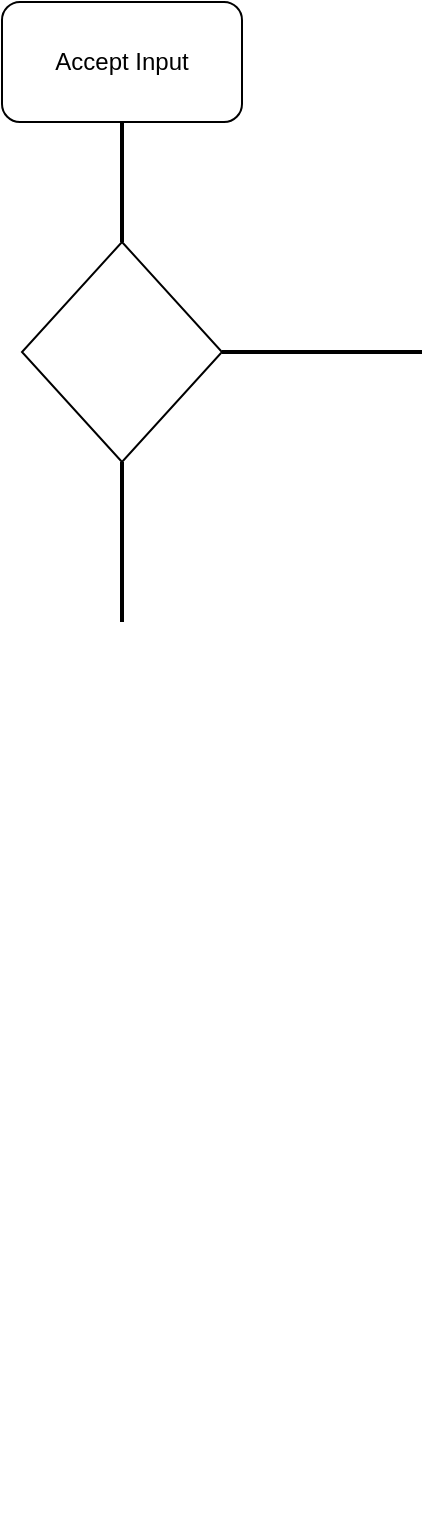
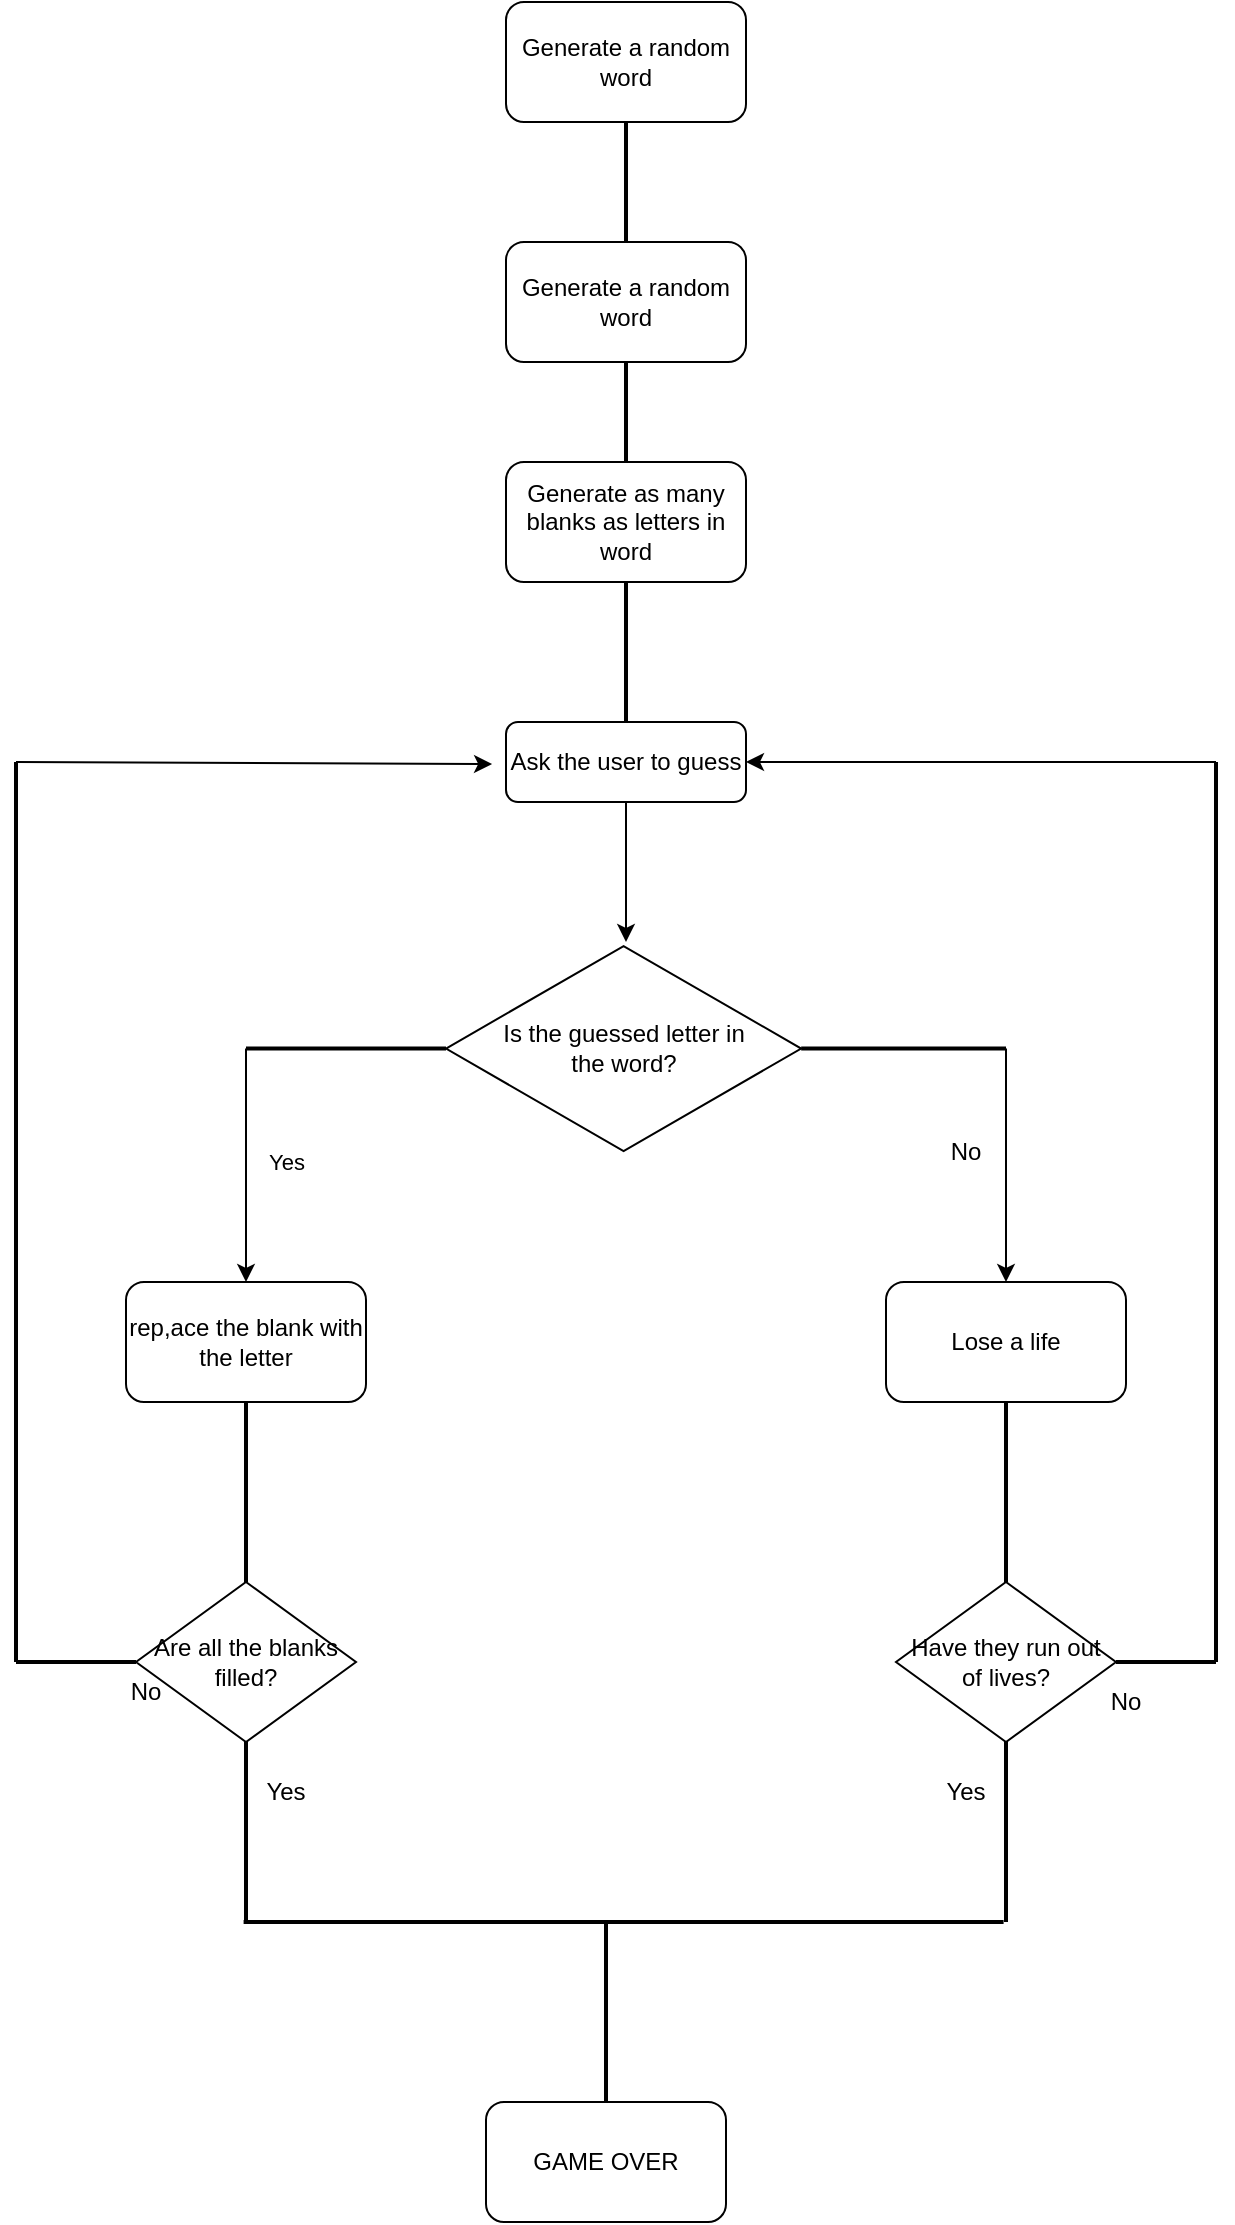
<mxfile host="app.diagrams.net">
  <diagram name="Page-1" id="0Kr79hka-IMYGIkqtWSZ">
    <mxGraphModel dx="3895" dy="1992" grid="1" gridSize="10" guides="1" tooltips="1" connect="1" arrows="1" fold="1" page="1" pageScale="1" pageWidth="827" pageHeight="1169" math="0" shadow="0">
      <root>
        <mxCell id="0" />
        <mxCell id="1" parent="0" />
        <mxCell id="Br23lyZsWJE5enX-GMQQ-7" edge="1" parent="1" style="edgeStyle=orthogonalEdgeStyle;rounded=0;orthogonalLoop=1;jettySize=auto;html=1;exitX=0.25;exitY=0.5;exitDx=0;exitDy=0;exitPerimeter=0;entryX=0.25;entryY=0.5;entryDx=0;entryDy=0;entryPerimeter=0;">
          <mxGeometry relative="1" as="geometry">
            <Array as="points" />
            <mxPoint x="-2120" y="-325" as="sourcePoint" />
            <mxPoint x="-2120" y="-325" as="targetPoint" />
          </mxGeometry>
        </mxCell>
-         <mxCell id="Gn1EY1gzafWoRK0BDAvD-1" parent="1" style="rounded=1;whiteSpace=wrap;html=1;" value="Accept Input" vertex="1">
+         <mxCell id="Gn1EY1gzafWoRK0BDAvD-1" parent="1" style="rounded=1;whiteSpace=wrap;html=1;" value="Generate a random word" vertex="1">
          <mxGeometry height="60" width="120" x="-2170" y="-1080" as="geometry" />
        </mxCell>
        <mxCell id="Gn1EY1gzafWoRK0BDAvD-2" parent="1" style="line;strokeWidth=2;direction=south;html=1;" value="" vertex="1">
          <mxGeometry height="60" width="10" x="-2115" y="-1020" as="geometry" />
        </mxCell>
-         <mxCell id="Gn1EY1gzafWoRK0BDAvD-3" parent="1" style="rhombus;whiteSpace=wrap;html=1;" value="" vertex="1">
-           <mxGeometry height="110" width="100" x="-2160" y="-960" as="geometry" />
+         <mxCell id="Gn1EY1gzafWoRK0BDAvD-4" parent="1" style="line;strokeWidth=2;direction=south;html=1;" value="" vertex="1">
+           <mxGeometry height="50" width="10" x="-2115" y="-900" as="geometry" />
        </mxCell>
-         <mxCell id="Gn1EY1gzafWoRK0BDAvD-4" parent="1" style="line;strokeWidth=2;direction=south;html=1;" value="" vertex="1">
-           <mxGeometry height="80" width="10" x="-2115" y="-850" as="geometry" />
+         <mxCell id="Gn1EY1gzafWoRK0BDAvD-6" parent="1" style="rounded=1;whiteSpace=wrap;html=1;" value="Generate a random word" vertex="1">
+           <mxGeometry height="60" width="120" x="-2170" y="-960" as="geometry" />
        </mxCell>
-         <mxCell id="Gn1EY1gzafWoRK0BDAvD-5" parent="1" style="line;strokeWidth=2;html=1;" value="" vertex="1">
-           <mxGeometry height="10" width="100" x="-2060" y="-910" as="geometry" />
+         <mxCell id="Gn1EY1gzafWoRK0BDAvD-7" parent="1" style="rounded=1;whiteSpace=wrap;html=1;" value="Generate as many blanks as letters in word" vertex="1">
+           <mxGeometry height="60" width="120" x="-2170" y="-850" as="geometry" />
+         </mxCell>
+         <mxCell id="Gn1EY1gzafWoRK0BDAvD-8" parent="1" style="line;strokeWidth=2;direction=south;html=1;" value="" vertex="1">
+           <mxGeometry height="70" width="10" x="-2115" y="-790" as="geometry" />
+         </mxCell>
+         <mxCell id="Gn1EY1gzafWoRK0BDAvD-9" parent="1" style="rounded=1;whiteSpace=wrap;html=1;" value="Ask the user to guess" vertex="1">
+           <mxGeometry height="40" width="120" x="-2170" y="-720" as="geometry" />
+         </mxCell>
+         <mxCell id="Gn1EY1gzafWoRK0BDAvD-13" edge="1" parent="1" source="Gn1EY1gzafWoRK0BDAvD-9" style="endArrow=classic;html=1;rounded=0;exitX=0.5;exitY=1;exitDx=0;exitDy=0;" value="">
+           <mxGeometry height="50" relative="1" width="50" as="geometry">
+             <mxPoint x="-2090" y="-640" as="sourcePoint" />
+             <mxPoint x="-2110" y="-610" as="targetPoint" />
+           </mxGeometry>
+         </mxCell>
+         <mxCell id="Gn1EY1gzafWoRK0BDAvD-14" parent="1" style="html=1;whiteSpace=wrap;aspect=fixed;shape=isoRectangle;" value="Is the guessed letter in &lt;br&gt;the word?" vertex="1">
+           <mxGeometry height="106.56" width="177.59" x="-2200" y="-610" as="geometry" />
+         </mxCell>
+         <mxCell id="Gn1EY1gzafWoRK0BDAvD-19" parent="1" style="line;strokeWidth=2;html=1;" value="" vertex="1">
+           <mxGeometry height="10" width="100" x="-2300" y="-561.72" as="geometry" />
+         </mxCell>
+         <mxCell id="Gn1EY1gzafWoRK0BDAvD-20" parent="1" style="line;strokeWidth=2;html=1;" value="" vertex="1">
+           <mxGeometry height="10" width="102.41" x="-2022.41" y="-561.72" as="geometry" />
+         </mxCell>
+         <mxCell id="Gn1EY1gzafWoRK0BDAvD-22" edge="1" parent="1" source="Gn1EY1gzafWoRK0BDAvD-19" style="endArrow=classic;html=1;rounded=0;exitX=0;exitY=0.5;exitDx=0;exitDy=0;exitPerimeter=0;" value="">
+           <mxGeometry height="50" relative="1" width="50" as="geometry">
+             <mxPoint x="-2090" y="-660" as="sourcePoint" />
+             <mxPoint x="-2300" y="-440" as="targetPoint" />
+           </mxGeometry>
+         </mxCell>
+         <mxCell id="Gn1EY1gzafWoRK0BDAvD-26" connectable="0" parent="Gn1EY1gzafWoRK0BDAvD-22" style="edgeLabel;html=1;align=center;verticalAlign=middle;resizable=0;points=[];" value="Yes" vertex="1">
+           <mxGeometry relative="1" x="0.1432" y="6" as="geometry">
+             <mxPoint x="14" y="-10" as="offset" />
+           </mxGeometry>
+         </mxCell>
+         <mxCell id="Gn1EY1gzafWoRK0BDAvD-23" edge="1" parent="1" source="Gn1EY1gzafWoRK0BDAvD-20" style="endArrow=classic;html=1;rounded=0;exitX=1;exitY=0.5;exitDx=0;exitDy=0;exitPerimeter=0;" value="">
+           <mxGeometry height="50" relative="1" width="50" as="geometry">
+             <mxPoint x="-2290" y="-547" as="sourcePoint" />
+             <mxPoint x="-1920" y="-440" as="targetPoint" />
+           </mxGeometry>
+         </mxCell>
+         <mxCell id="Gn1EY1gzafWoRK0BDAvD-24" parent="1" style="rounded=1;whiteSpace=wrap;html=1;" value="Lose a life" vertex="1">
+           <mxGeometry height="60" width="120" x="-1980" y="-440" as="geometry" />
+         </mxCell>
+         <mxCell id="Gn1EY1gzafWoRK0BDAvD-25" parent="1" style="rounded=1;whiteSpace=wrap;html=1;" value="rep,ace the blank with the letter" vertex="1">
+           <mxGeometry height="60" width="120" x="-2360" y="-440" as="geometry" />
+         </mxCell>
+         <mxCell id="Gn1EY1gzafWoRK0BDAvD-27" parent="1" style="text;html=1;whiteSpace=wrap;strokeColor=none;fillColor=none;align=center;verticalAlign=middle;rounded=0;" value="No" vertex="1">
+           <mxGeometry height="30" width="60" x="-1970" y="-520" as="geometry" />
+         </mxCell>
+         <mxCell id="Gn1EY1gzafWoRK0BDAvD-28" parent="1" style="line;strokeWidth=2;direction=south;html=1;" value="" vertex="1">
+           <mxGeometry height="90" width="10" x="-2305" y="-380" as="geometry" />
+         </mxCell>
+         <mxCell id="Gn1EY1gzafWoRK0BDAvD-29" parent="1" style="line;strokeWidth=2;direction=south;html=1;" value="" vertex="1">
+           <mxGeometry height="90" width="10" x="-1925" y="-380" as="geometry" />
+         </mxCell>
+         <mxCell id="Gn1EY1gzafWoRK0BDAvD-31" parent="1" style="rhombus;whiteSpace=wrap;html=1;" value="Are all the blanks filled?" vertex="1">
+           <mxGeometry height="80" width="110" x="-2355" y="-290" as="geometry" />
+         </mxCell>
+         <mxCell id="Gn1EY1gzafWoRK0BDAvD-32" parent="1" style="rhombus;whiteSpace=wrap;html=1;" value="Have they run out of lives?" vertex="1">
+           <mxGeometry height="80" width="110" x="-1975" y="-290" as="geometry" />
+         </mxCell>
+         <mxCell id="Gn1EY1gzafWoRK0BDAvD-33" parent="1" style="line;strokeWidth=2;direction=south;html=1;" value="" vertex="1">
+           <mxGeometry height="90" width="10" x="-2305" y="-210" as="geometry" />
+         </mxCell>
+         <mxCell id="Gn1EY1gzafWoRK0BDAvD-34" parent="1" style="line;strokeWidth=2;direction=south;html=1;" value="" vertex="1">
+           <mxGeometry height="90" width="10" x="-1925" y="-210" as="geometry" />
+         </mxCell>
+         <mxCell id="Gn1EY1gzafWoRK0BDAvD-35" parent="1" style="line;strokeWidth=2;html=1;" value="" vertex="1">
+           <mxGeometry height="10" width="60" x="-2415" y="-255" as="geometry" />
+         </mxCell>
+         <mxCell id="Gn1EY1gzafWoRK0BDAvD-36" parent="1" style="line;strokeWidth=2;html=1;" value="" vertex="1">
+           <mxGeometry height="10" width="50" x="-1865" y="-255" as="geometry" />
+         </mxCell>
+         <mxCell id="Gn1EY1gzafWoRK0BDAvD-48" parent="1" style="line;strokeWidth=2;direction=south;html=1;" value="" vertex="1">
+           <mxGeometry height="450" width="10" x="-2420" y="-700" as="geometry" />
+         </mxCell>
+         <mxCell id="Gn1EY1gzafWoRK0BDAvD-49" parent="1" style="line;strokeWidth=2;direction=south;html=1;" value="" vertex="1">
+           <mxGeometry height="450" width="10" x="-1820" y="-700" as="geometry" />
+         </mxCell>
+         <mxCell id="Gn1EY1gzafWoRK0BDAvD-50" edge="1" parent="1" source="Gn1EY1gzafWoRK0BDAvD-48" style="endArrow=classic;html=1;rounded=0;exitX=0;exitY=0.5;exitDx=0;exitDy=0;exitPerimeter=0;entryX=-0.058;entryY=0.525;entryDx=0;entryDy=0;entryPerimeter=0;" target="Gn1EY1gzafWoRK0BDAvD-9" value="">
+           <mxGeometry height="50" relative="1" width="50" as="geometry">
+             <mxPoint x="-2090" y="-370" as="sourcePoint" />
+             <mxPoint x="-2040" y="-420" as="targetPoint" />
+           </mxGeometry>
+         </mxCell>
+         <mxCell id="Gn1EY1gzafWoRK0BDAvD-51" edge="1" parent="1" source="Gn1EY1gzafWoRK0BDAvD-49" style="endArrow=classic;html=1;rounded=0;exitX=0;exitY=0.5;exitDx=0;exitDy=0;exitPerimeter=0;entryX=1;entryY=0.5;entryDx=0;entryDy=0;" target="Gn1EY1gzafWoRK0BDAvD-9" value="">
+           <mxGeometry height="50" relative="1" width="50" as="geometry">
+             <Array as="points" />
+             <mxPoint x="-1940" y="-610" as="sourcePoint" />
+             <mxPoint x="-1970" y="-590" as="targetPoint" />
+           </mxGeometry>
+         </mxCell>
+         <mxCell id="Gn1EY1gzafWoRK0BDAvD-52" parent="1" style="text;html=1;whiteSpace=wrap;strokeColor=none;fillColor=none;align=center;verticalAlign=middle;rounded=0;" value="Yes" vertex="1">
+           <mxGeometry height="30" width="60" x="-2310" y="-200" as="geometry" />
+         </mxCell>
+         <mxCell id="Gn1EY1gzafWoRK0BDAvD-53" parent="1" style="text;html=1;whiteSpace=wrap;strokeColor=none;fillColor=none;align=center;verticalAlign=middle;rounded=0;" value="Yes" vertex="1">
+           <mxGeometry height="30" width="60" x="-1970" y="-200" as="geometry" />
+         </mxCell>
+         <mxCell id="Gn1EY1gzafWoRK0BDAvD-54" parent="1" style="text;html=1;whiteSpace=wrap;strokeColor=none;fillColor=none;align=center;verticalAlign=middle;rounded=0;" value="No" vertex="1">
+           <mxGeometry height="30" width="60" x="-2380" y="-250" as="geometry" />
+         </mxCell>
+         <mxCell id="Gn1EY1gzafWoRK0BDAvD-55" parent="1" style="text;html=1;whiteSpace=wrap;strokeColor=none;fillColor=none;align=center;verticalAlign=middle;rounded=0;" value="No" vertex="1">
+           <mxGeometry height="30" width="60" x="-1890" y="-245" as="geometry" />
+         </mxCell>
+         <mxCell id="Gn1EY1gzafWoRK0BDAvD-57" parent="1" style="line;strokeWidth=2;direction=south;html=1;rotation=90;" value="" vertex="1">
+           <mxGeometry height="380" width="10" x="-2116.2" y="-310" as="geometry" />
+         </mxCell>
+         <mxCell id="Gn1EY1gzafWoRK0BDAvD-58" parent="1" style="line;strokeWidth=2;direction=south;html=1;" value="" vertex="1">
+           <mxGeometry height="90" width="10" x="-2125" y="-120" as="geometry" />
+         </mxCell>
+         <mxCell id="Gn1EY1gzafWoRK0BDAvD-59" parent="1" style="rounded=1;whiteSpace=wrap;html=1;" value="GAME OVER" vertex="1">
+           <mxGeometry height="60" width="120" x="-2180" y="-30" as="geometry" />
        </mxCell>
      </root>
    </mxGraphModel>
  </diagram>
</mxfile>
